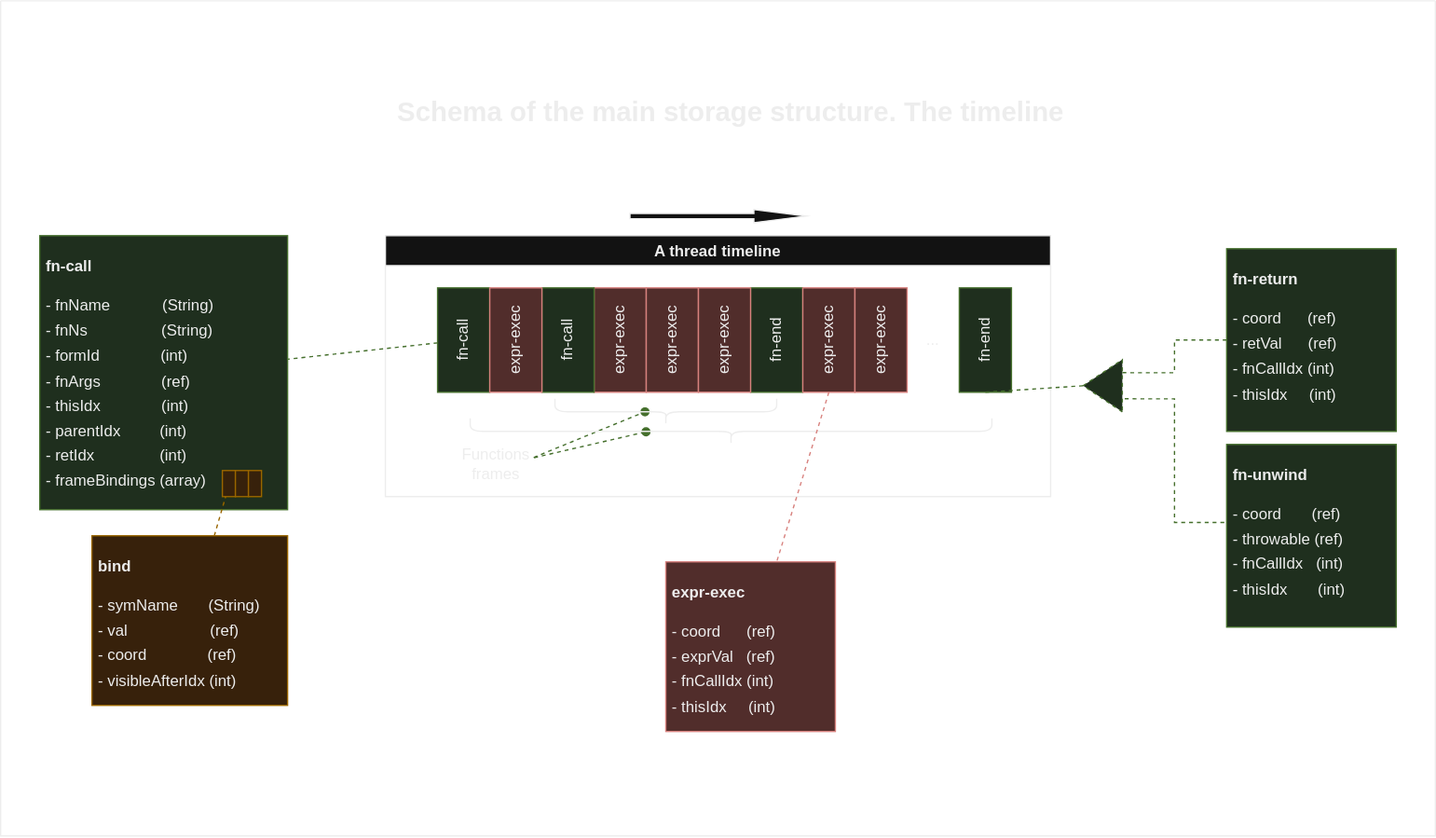
flow-storm/flow-storm-debugger keeps this draw.io diagram as docs/timeline.svg. Above is the earlier version. Source tidied: cells renumbered, new cells last; positions are measured from the earlier drawing's top-left corner, leaving out a move shared by most shapes.
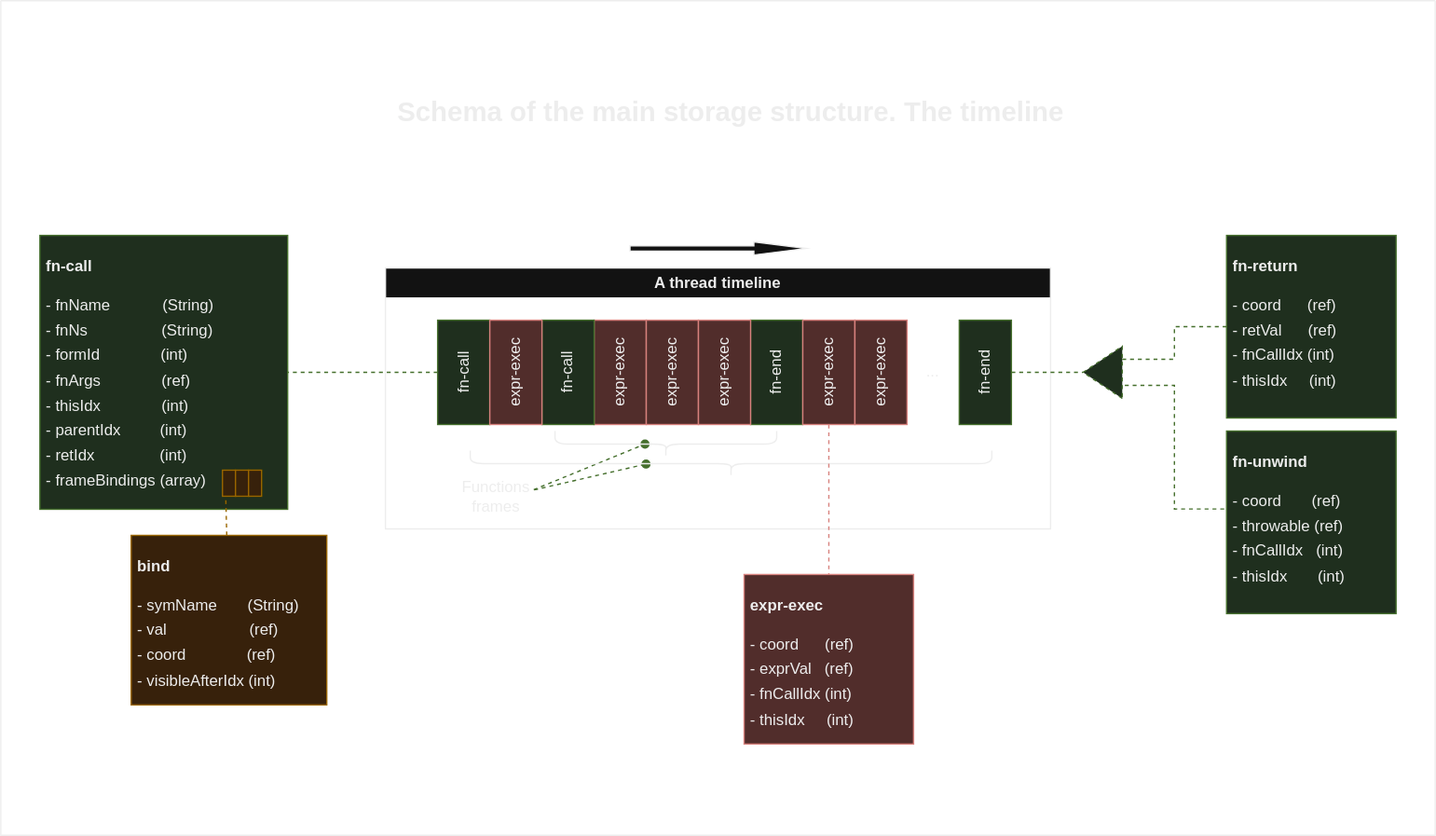
The same diagram one commit later.

Diff of the diagram source:
```diff
@@ -9,19 +9,19 @@
       <mxGeometry width="1100" height="640" as="geometry" />
     </mxCell>
     <mxCell id="4" style="triangle;whiteSpace=wrap;html=1;rotation=-180;dashed=1;fillColor=#d5e8d4;strokeColor=#82b366;" parent="3" vertex="1">
-      <mxGeometry x="830" y="275" width="30" height="40" as="geometry" />
+      <mxGeometry x="830" y="265" width="30" height="40" as="geometry" />
     </mxCell>
     <mxCell id="5" style="edgeStyle=orthogonalEdgeStyle;rounded=0;jettySize=auto;html=1;exitX=0;exitY=0.5;exitDx=0;exitDy=0;entryX=0;entryY=0.75;entryDx=0;entryDy=0;dashed=1;fillColor=#d5e8d4;strokeColor=#82b366;endArrow=none;endFill=0;" parent="3" edge="1" source="6" target="4">
       <mxGeometry relative="1" as="geometry" />
     </mxCell>
     <mxCell id="6" value="&lt;h1&gt;&lt;font style=&quot;font-size: 12px;&quot;&gt;fn-return&lt;/font&gt;&lt;/h1&gt;&lt;p style=&quot;line-height: 60%;&quot;&gt;- coord&amp;nbsp; &amp;nbsp; &amp;nbsp; (ref)&lt;/p&gt;&lt;p style=&quot;line-height: 60%;&quot;&gt;- retVal&amp;nbsp; &amp;nbsp; &amp;nbsp; (ref)&lt;/p&gt;&lt;p style=&quot;line-height: 60%;&quot;&gt;- fnCallIdx (int)&lt;/p&gt;&lt;p style=&quot;line-height: 60%;&quot;&gt;- thisIdx&amp;nbsp; &amp;nbsp; &amp;nbsp;(int)&lt;/p&gt;" style="text;html=1;strokeColor=#82b366;fillColor=#d5e8d4;spacing=5;spacingTop=-20;whiteSpace=wrap;overflow=hidden;rounded=0;" parent="3" vertex="1">
-      <mxGeometry x="940" y="190" width="130" height="140" as="geometry" />
+      <mxGeometry x="940" y="180" width="130" height="140" as="geometry" />
     </mxCell>
     <mxCell id="7" style="edgeStyle=orthogonalEdgeStyle;rounded=0;jettySize=auto;html=1;exitX=-0.014;exitY=0.427;exitDx=0;exitDy=0;entryX=0;entryY=0.25;entryDx=0;entryDy=0;dashed=1;endArrow=none;endFill=0;fillColor=#d5e8d4;strokeColor=#82b366;exitPerimeter=0;" parent="3" edge="1" source="8" target="4">
       <mxGeometry relative="1" as="geometry" />
     </mxCell>
     <mxCell id="8" value="&lt;h1&gt;&lt;font style=&quot;font-size: 12px;&quot;&gt;fn-unwind&lt;/font&gt;&lt;/h1&gt;&lt;p style=&quot;line-height: 60%;&quot;&gt;- coord&amp;nbsp; &amp;nbsp; &amp;nbsp; &amp;nbsp;(ref)&lt;/p&gt;&lt;p style=&quot;line-height: 60%;&quot;&gt;- throwable (ref)&lt;/p&gt;&lt;p style=&quot;line-height: 60%;&quot;&gt;- fnCallIdx&amp;nbsp; &amp;nbsp;(int)&lt;/p&gt;&lt;p style=&quot;line-height: 60%;&quot;&gt;- thisIdx&amp;nbsp; &amp;nbsp; &amp;nbsp; &amp;nbsp;(int)&lt;/p&gt;" style="text;html=1;strokeColor=#82b366;fillColor=#d5e8d4;spacing=5;spacingTop=-20;whiteSpace=wrap;overflow=hidden;rounded=0;" parent="3" vertex="1">
-      <mxGeometry x="940" y="340" width="130" height="140" as="geometry" />
+      <mxGeometry x="940" y="330" width="130" height="140" as="geometry" />
     </mxCell>
     <mxCell id="9" style="rounded=0;jettySize=auto;html=1;exitX=0.978;exitY=0.333;exitDx=0;exitDy=0;entryX=0.5;entryY=0.594;entryDx=0;entryDy=0;entryPerimeter=0;endArrow=oval;endFill=1;exitPerimeter=0;dashed=1;fillColor=#d5e8d4;strokeColor=#82b366;" parent="3" edge="1" source="23" target="25">
       <mxGeometry relative="1" as="geometry" />
@@ -30,52 +30,52 @@
       <mxGeometry relative="1" as="geometry" />
     </mxCell>
     <mxCell id="11" value="&lt;p&gt;fn-call&lt;/p&gt;" style="rounded=0;whiteSpace=wrap;html=1;horizontal=0;fillColor=#d5e8d4;strokeColor=#82b366;" parent="3" vertex="1">
-      <mxGeometry x="335" y="220" width="40" height="80" as="geometry" />
+      <mxGeometry x="335" y="245" width="40" height="80" as="geometry" />
     </mxCell>
     <mxCell id="12" value="&lt;p&gt;fn-end&lt;/p&gt;" style="rounded=0;whiteSpace=wrap;html=1;horizontal=0;fillColor=#d5e8d4;strokeColor=#82b366;" parent="3" vertex="1">
-      <mxGeometry x="575" y="220" width="40" height="80" as="geometry" />
+      <mxGeometry x="575" y="245" width="40" height="80" as="geometry" />
     </mxCell>
     <mxCell id="13" value="&lt;p&gt;expr-exec&lt;/p&gt;" style="rounded=0;whiteSpace=wrap;html=1;horizontal=0;fillColor=#f8cecc;strokeColor=#b85450;" parent="3" vertex="1">
-      <mxGeometry x="455" y="220" width="40" height="80" as="geometry" />
+      <mxGeometry x="455" y="245" width="40" height="80" as="geometry" />
     </mxCell>
     <mxCell id="14" value="&lt;p&gt;fn-call&lt;/p&gt;" style="rounded=0;whiteSpace=wrap;html=1;horizontal=0;fillColor=#d5e8d4;strokeColor=#82b366;" parent="3" vertex="1">
-      <mxGeometry x="415" y="220" width="40" height="80" as="geometry" />
+      <mxGeometry x="415" y="245" width="40" height="80" as="geometry" />
     </mxCell>
     <mxCell id="15" value="&lt;p&gt;expr-exec&lt;/p&gt;" style="rounded=0;whiteSpace=wrap;html=1;horizontal=0;fillColor=#f8cecc;strokeColor=#b85450;" parent="3" vertex="1">
-      <mxGeometry x="495" y="220" width="40" height="80" as="geometry" />
+      <mxGeometry x="495" y="245" width="40" height="80" as="geometry" />
     </mxCell>
     <mxCell id="16" value="&lt;p&gt;expr-exec&lt;/p&gt;" style="rounded=0;whiteSpace=wrap;html=1;horizontal=0;fillColor=#f8cecc;strokeColor=#b85450;" parent="3" vertex="1">
-      <mxGeometry x="535" y="220" width="40" height="80" as="geometry" />
+      <mxGeometry x="535" y="245" width="40" height="80" as="geometry" />
     </mxCell>
     <mxCell id="17" value="&lt;p&gt;expr-exec&lt;/p&gt;" style="rounded=0;whiteSpace=wrap;html=1;horizontal=0;fillColor=#f8cecc;strokeColor=#b85450;" parent="3" vertex="1">
-      <mxGeometry x="615" y="220" width="40" height="80" as="geometry" />
+      <mxGeometry x="615" y="245" width="40" height="80" as="geometry" />
     </mxCell>
     <mxCell id="18" value="&lt;p&gt;expr-exec&lt;/p&gt;" style="rounded=0;whiteSpace=wrap;html=1;horizontal=0;fillColor=#f8cecc;strokeColor=#b85450;" parent="3" vertex="1">
-      <mxGeometry x="655" y="220" width="40" height="80" as="geometry" />
+      <mxGeometry x="655" y="245" width="40" height="80" as="geometry" />
     </mxCell>
     <mxCell id="19" value="&lt;p&gt;fn-end&lt;/p&gt;" style="rounded=0;whiteSpace=wrap;html=1;horizontal=0;fillColor=#d5e8d4;strokeColor=#82b366;" parent="3" vertex="1">
-      <mxGeometry x="735" y="220" width="40" height="80" as="geometry" />
+      <mxGeometry x="735" y="245" width="40" height="80" as="geometry" />
     </mxCell>
     <mxCell id="20" value="..." style="text;html=1;strokeColor=none;fillColor=none;align=center;verticalAlign=middle;whiteSpace=wrap;rounded=0;" parent="3" vertex="1">
-      <mxGeometry x="685" y="245" width="60" height="30" as="geometry" />
+      <mxGeometry x="685" y="270" width="60" height="30" as="geometry" />
     </mxCell>
     <mxCell id="21" value="&lt;p&gt;expr-exec&lt;/p&gt;" style="rounded=0;whiteSpace=wrap;html=1;horizontal=0;fillColor=#f8cecc;strokeColor=#b85450;" parent="3" vertex="1">
-      <mxGeometry x="375" y="220" width="40" height="80" as="geometry" />
+      <mxGeometry x="375" y="245" width="40" height="80" as="geometry" />
     </mxCell>
     <mxCell id="22" value="A thread timeline" style="swimlane;whiteSpace=wrap;html=1;" parent="3" vertex="1">
-      <mxGeometry x="295" y="180" width="510" height="200" as="geometry" />
+      <mxGeometry x="295" y="205" width="510" height="200" as="geometry" />
     </mxCell>
     <mxCell id="23" value="Functions frames" style="text;html=1;strokeColor=none;fillColor=none;align=center;verticalAlign=middle;whiteSpace=wrap;rounded=0;" parent="22" vertex="1">
       <mxGeometry x="55" y="160" width="60" height="30" as="geometry" />
     </mxCell>
-    <mxCell id="24" style="rounded=0;jettySize=auto;html=1;endArrow=none;endFill=0;fillColor=#d5e8d4;strokeColor=#82b366;dashed=1;exitX=0.5;exitY=1;exitDx=0;exitDy=0;entryX=1;entryY=0.5;entryDx=0;entryDy=0;" parent="3" edge="1" source="19" target="4">
+    <mxCell id="24" style="rounded=0;jettySize=auto;html=1;endArrow=none;endFill=0;fillColor=#d5e8d4;strokeColor=#82b366;dashed=1;entryX=1;entryY=0.5;entryDx=0;entryDy=0;" parent="3" edge="1" source="19" target="4">
       <mxGeometry relative="1" as="geometry" />
     </mxCell>
     <mxCell id="25" style="shape=curlyBracket;whiteSpace=wrap;html=1;rounded=1;flipH=1;labelPosition=right;verticalLabelPosition=middle;align=left;verticalAlign=middle;rotation=90;" parent="3" vertex="1">
-      <mxGeometry x="500" y="230" width="20" height="170" as="geometry" />
+      <mxGeometry x="500" y="255" width="20" height="170" as="geometry" />
     </mxCell>
     <mxCell id="26" style="shape=curlyBracket;whiteSpace=wrap;html=1;rounded=1;flipH=1;labelPosition=right;verticalLabelPosition=middle;align=left;verticalAlign=middle;rotation=90;" parent="3" vertex="1">
-      <mxGeometry x="550" y="130" width="20" height="400" as="geometry" />
+      <mxGeometry x="550" y="155" width="20" height="400" as="geometry" />
     </mxCell>
     <mxCell id="27" value="&lt;h1&gt;&lt;font style=&quot;font-size: 12px;&quot;&gt;fn-call&amp;nbsp;&lt;/font&gt;&lt;/h1&gt;&lt;p style=&quot;line-height: 60%;&quot;&gt;- fnName&amp;nbsp; &amp;nbsp; &amp;nbsp; &amp;nbsp; &amp;nbsp; &amp;nbsp; (String)&lt;/p&gt;&lt;p style=&quot;line-height: 60%;&quot;&gt;- fnNs&amp;nbsp; &amp;nbsp; &amp;nbsp; &amp;nbsp; &amp;nbsp; &amp;nbsp; &amp;nbsp; &amp;nbsp; &amp;nbsp;(String)&lt;/p&gt;&lt;p style=&quot;line-height: 60%;&quot;&gt;- formId&amp;nbsp; &amp;nbsp; &amp;nbsp; &amp;nbsp; &amp;nbsp; &amp;nbsp; &amp;nbsp; (int)&lt;/p&gt;&lt;p style=&quot;line-height: 60%;&quot;&gt;- fnArgs&amp;nbsp; &amp;nbsp; &amp;nbsp; &amp;nbsp; &amp;nbsp; &amp;nbsp; &amp;nbsp; (ref)&lt;/p&gt;&lt;p style=&quot;line-height: 60%;&quot;&gt;&lt;span style=&quot;background-color: initial;&quot;&gt;- thisIdx&amp;nbsp; &amp;nbsp; &amp;nbsp; &amp;nbsp; &amp;nbsp; &amp;nbsp; &amp;nbsp; (int)&lt;/span&gt;&lt;br&gt;&lt;/p&gt;&lt;p style=&quot;line-height: 60%;&quot;&gt;- parentIdx&amp;nbsp; &amp;nbsp; &amp;nbsp; &amp;nbsp; &amp;nbsp;(int)&lt;/p&gt;&lt;p style=&quot;line-height: 60%;&quot;&gt;&lt;span style=&quot;background-color: initial;&quot;&gt;- retIdx&amp;nbsp; &amp;nbsp; &amp;nbsp; &amp;nbsp; &amp;nbsp; &amp;nbsp; &amp;nbsp; &amp;nbsp;(int)&lt;/span&gt;&lt;/p&gt;&lt;p style=&quot;line-height: 60%;&quot;&gt;- frameBindings (array)&lt;span style=&quot;background-color: initial;&quot;&gt;&lt;br&gt;&lt;/span&gt;&lt;/p&gt;" style="text;html=1;strokeColor=#82b366;fillColor=#d5e8d4;spacing=5;spacingTop=-20;whiteSpace=wrap;overflow=hidden;rounded=0;" parent="3" vertex="1">
       <mxGeometry x="30" y="180" width="190" height="210" as="geometry" />
@@ -96,16 +96,16 @@
       <mxGeometry x="20" width="10" height="20" as="geometry" />
     </mxCell>
     <mxCell id="33" value="&lt;h1&gt;&lt;font style=&quot;font-size: 12px;&quot;&gt;bind&amp;nbsp;&lt;/font&gt;&lt;/h1&gt;&lt;p style=&quot;line-height: 60%;&quot;&gt;- symName&amp;nbsp; &amp;nbsp; &amp;nbsp; &amp;nbsp;(String)&lt;/p&gt;&lt;p style=&quot;line-height: 60%;&quot;&gt;- val&amp;nbsp; &amp;nbsp; &amp;nbsp; &amp;nbsp; &amp;nbsp; &amp;nbsp; &amp;nbsp; &amp;nbsp; &amp;nbsp; &amp;nbsp;(ref)&lt;/p&gt;&lt;p style=&quot;line-height: 60%;&quot;&gt;- coord&amp;nbsp; &amp;nbsp; &amp;nbsp; &amp;nbsp; &amp;nbsp; &amp;nbsp; &amp;nbsp; (ref)&lt;/p&gt;&lt;p style=&quot;line-height: 60%;&quot;&gt;- visibleAfterIdx (int)&lt;/p&gt;" style="text;html=1;strokeColor=#d79b00;fillColor=#ffe6cc;spacing=5;spacingTop=-20;whiteSpace=wrap;overflow=hidden;rounded=0;" parent="3" vertex="1">
-      <mxGeometry x="70" y="410" width="150" height="130" as="geometry" />
+      <mxGeometry x="100" y="410" width="150" height="130" as="geometry" />
     </mxCell>
     <mxCell id="34" style="rounded=0;jettySize=auto;html=1;entryX=0.25;entryY=1;entryDx=0;entryDy=0;dashed=1;fillColor=#ffe6cc;strokeColor=#d79b00;endArrow=none;endFill=0;" parent="3" edge="1" source="33" target="30">
       <mxGeometry relative="1" as="geometry" />
     </mxCell>
     <mxCell id="35" style="html=1;shadow=0;dashed=0;align=center;verticalAlign=middle;shape=mxgraph.arrows2.arrow;dy=0.6;dx=40;notch=0;" parent="3" vertex="1">
-      <mxGeometry x="482.5" y="160" width="135" height="10" as="geometry" />
+      <mxGeometry x="482.5" y="185" width="135" height="10" as="geometry" />
     </mxCell>
     <mxCell id="36" value="&lt;h1&gt;&lt;font style=&quot;font-size: 12px;&quot;&gt;expr-exec&amp;nbsp;&lt;/font&gt;&lt;/h1&gt;&lt;p style=&quot;line-height: 60%;&quot;&gt;- coord&amp;nbsp; &amp;nbsp; &amp;nbsp; (ref)&lt;/p&gt;&lt;p style=&quot;line-height: 60%;&quot;&gt;- exprVal&amp;nbsp; &amp;nbsp;(ref)&lt;/p&gt;&lt;p style=&quot;line-height: 60%;&quot;&gt;- fnCallIdx (int)&lt;/p&gt;&lt;p style=&quot;line-height: 60%;&quot;&gt;- thisIdx&amp;nbsp; &amp;nbsp; &amp;nbsp;(int)&lt;/p&gt;" style="text;html=1;strokeColor=#b85450;fillColor=#f8cecc;spacing=5;spacingTop=-20;whiteSpace=wrap;overflow=hidden;rounded=0;" parent="3" vertex="1">
-      <mxGeometry x="510" y="430" width="130" height="130" as="geometry" />
+      <mxGeometry x="570" y="440" width="130" height="130" as="geometry" />
     </mxCell>
     <mxCell id="37" style="rounded=0;jettySize=auto;html=1;exitX=0.5;exitY=1;exitDx=0;exitDy=0;endArrow=none;endFill=0;dashed=1;fillColor=#f8cecc;strokeColor=#b85450;" parent="3" edge="1" source="17" target="36">
       <mxGeometry relative="1" as="geometry" />
```
